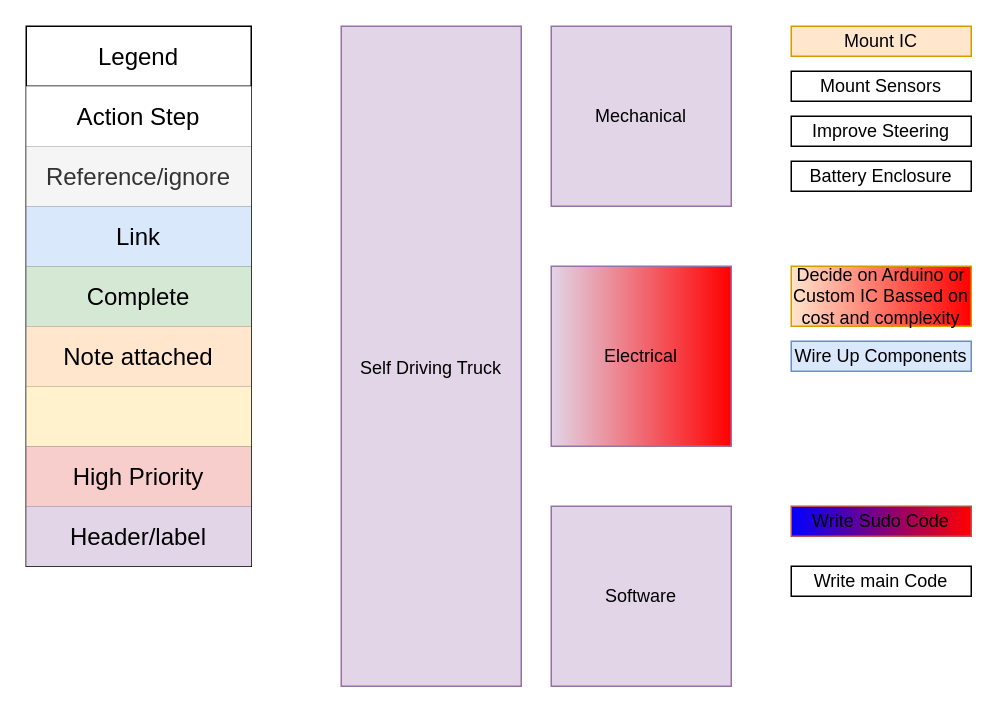
The draw.io diagram page "Overview" (1 of 5) of Self_Driving_Truck.drawio in usernamesareusless/Truck, before the edit. Source tidied: cells renumbered, new cells numbered last; positions are measured from the earlier drawing's top-left corner, leaving out a move shared by most shapes. Both pictures are drawn from the tidied source at 150%, with x=0, y=0 at pixel (26, 26).
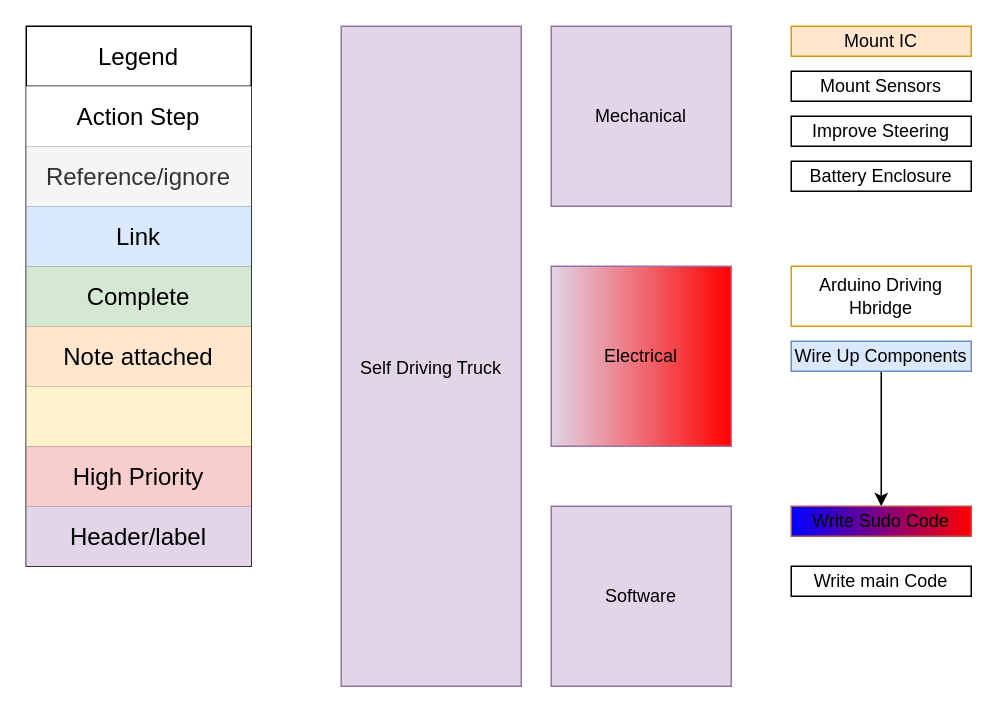
The same diagram, later.

Unchanged cells that the change refers to:
```xml
<mxCell id="9" value="Wire Up Components" style="rounded=0;whiteSpace=wrap;html=1;fillColor=#dae8fc;strokeColor=#6c8ebf;" parent="1" vertex="1">
  <mxGeometry x="510" y="210" width="120" height="20" as="geometry" />
</mxCell>
<mxCell id="11" value="Write Sudo Code" style="rounded=0;whiteSpace=wrap;html=1;fillColor=#0000FF;strokeColor=#b85450;gradientColor=#FF0000;gradientDirection=east;" parent="1" vertex="1">
  <mxGeometry x="510" y="320" width="120" height="20" as="geometry" />
</mxCell>
```

Change to the diagram source:
```diff
@@
-    <mxCell id="8" value="Decide on Arduino or Custom IC Bassed on cost and complexity" style="rounded=0;whiteSpace=wrap;html=1;fillColor=#ffe6cc;strokeColor=#d79b00;gradientColor=#FF0000;gradientDirection=east;" parent="1" vertex="1">
+    <mxCell id="8" value="Arduino Driving Hbridge" style="rounded=0;whiteSpace=wrap;html=1;fillColor=none;strokeColor=#d79b00;gradientColor=#FF0000;gradientDirection=east;" parent="1" vertex="1">
       <mxGeometry x="510" y="160" width="120" height="40" as="geometry" />
     </mxCell>
+    <mxCell id="33" style="edgeStyle=orthogonalEdgeStyle;rounded=0;jettySize=auto;html=1;" parent="1" edge="1" source="9" target="11">
+      <mxGeometry relative="1" as="geometry" />
+    </mxCell>
```
